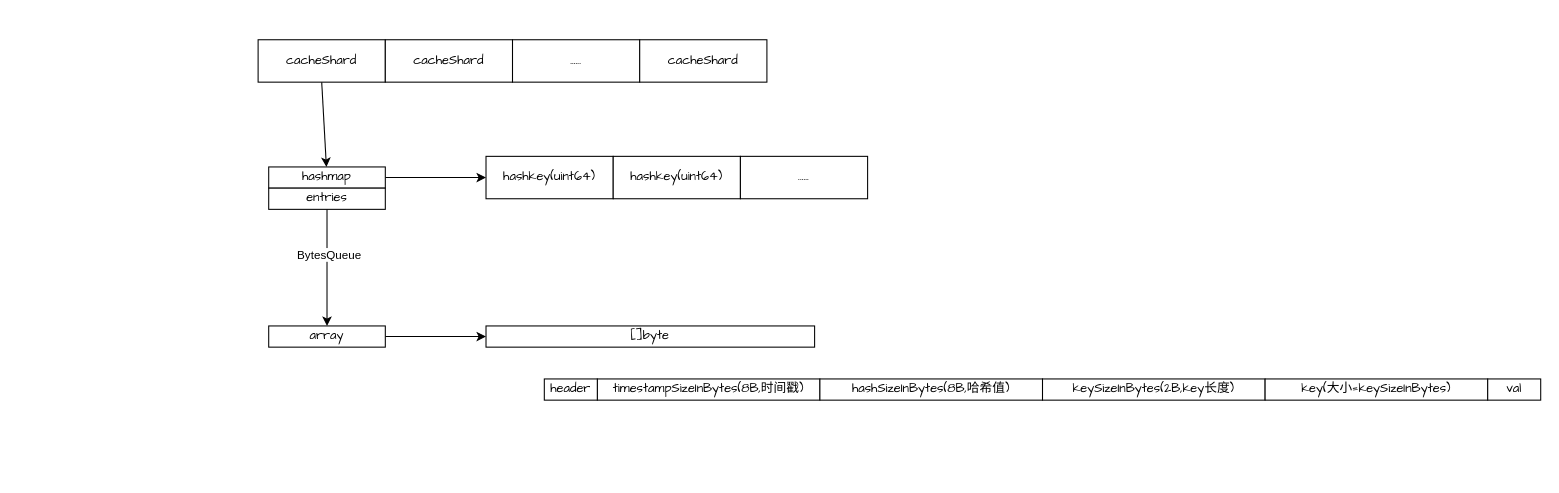
Earlier version of the draw.io diagram Untitled Diagram.drawio (chris-wangkk/drawers). Source tidied: cells renumbered, new cells numbered last; positions are measured from the earlier drawing's top-left corner, leaving out a move shared by most shapes. Both pictures are drawn from the tidied source at 106%, with x=0, y=0 at pixel (258, 39).
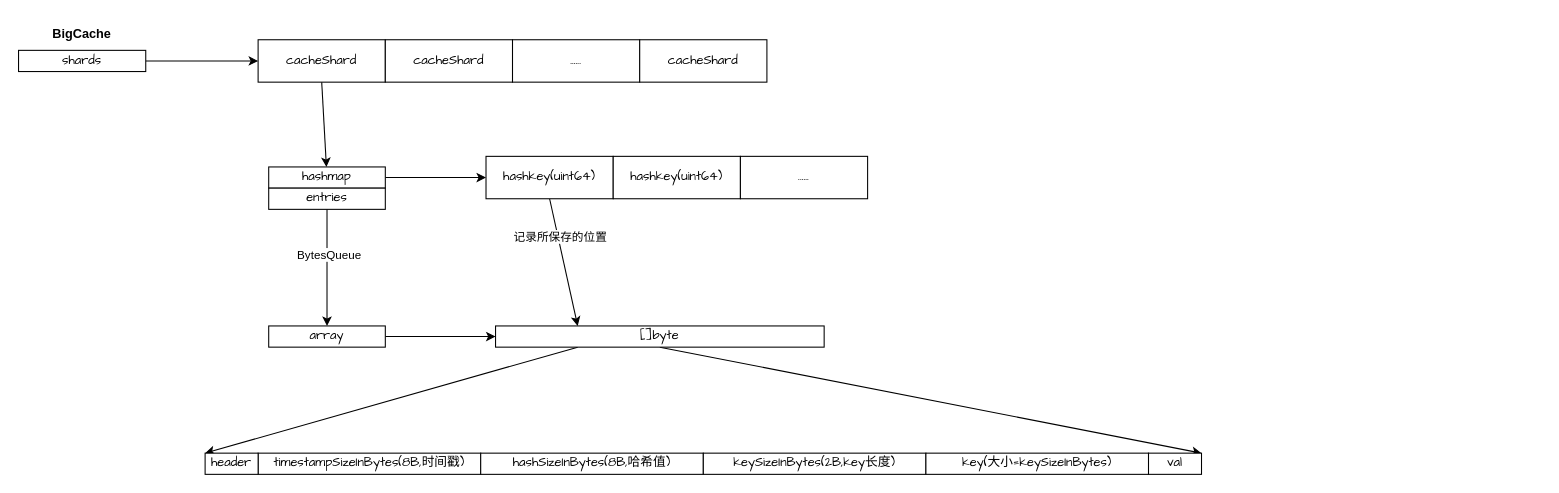
The same page after the edit.

Unchanged cells that the change refers to:
```xml
<mxCell id="3" value="cacheShard" style="rounded=0;whiteSpace=wrap;html=1;fontFamily=Comic Sans MS;" parent="1" vertex="1">
  <mxGeometry width="120" height="40" as="geometry" />
</mxCell>
<mxCell id="7" value="hashkey(uint64)" style="rounded=0;whiteSpace=wrap;html=1;fontFamily=Comic Sans MS;" parent="1" vertex="1">
  <mxGeometry x="215" y="110" width="120" height="40" as="geometry" />
</mxCell>
```

Diff of the diagram source:
```diff
@@
+    <mxCell id="24" style="rounded=0;jettySize=auto;html=1;exitX=0.5;exitY=1;exitDx=0;exitDy=0;entryX=0.25;entryY=0;entryDx=0;entryDy=0;" parent="1" edge="1" source="7" target="17">
+      <mxGeometry relative="1" as="geometry" />
+    </mxCell>
+    <mxCell id="25" value="记录所保存的位置" style="edgeLabel;html=1;align=center;verticalAlign=middle;" parent="24" vertex="1">
+      <mxGeometry x="-0.39" y="2" relative="1" as="geometry" />
+    </mxCell>
@@
+    <mxCell id="26" style="rounded=0;jettySize=auto;html=1;exitX=0.25;exitY=1;exitDx=0;exitDy=0;entryX=0;entryY=0;entryDx=0;entryDy=0;" parent="1" edge="1" source="17" target="23">
+      <mxGeometry relative="1" as="geometry" />
+    </mxCell>
+    <mxCell id="27" style="rounded=0;jettySize=auto;html=1;entryX=1;entryY=0;entryDx=0;entryDy=0;exitX=0.5;exitY=1;exitDx=0;exitDy=0;" parent="1" edge="1" source="17" target="22">
+      <mxGeometry relative="1" as="geometry" />
+    </mxCell>
     <mxCell id="17" value="[]byte" style="rounded=0;whiteSpace=wrap;html=1;fontFamily=Comic Sans MS;" parent="1" vertex="1">
-      <mxGeometry x="215" y="270" width="310" height="20" as="geometry" />
+      <mxGeometry x="224" y="270" width="310" height="20" as="geometry" />
     </mxCell>
     <mxCell id="18" value="timestampSizeInBytes(8B,时间戳)" style="rounded=0;whiteSpace=wrap;html=1;fontFamily=Comic Sans MS;" parent="1" vertex="1">
-      <mxGeometry x="320" y="320" width="210" height="20" as="geometry" />
+      <mxGeometry y="390" width="210" height="20" as="geometry" />
     </mxCell>
     <mxCell id="19" value="hashSizeInBytes(8B,哈希值)" style="rounded=0;whiteSpace=wrap;html=1;fontFamily=Comic Sans MS;" parent="1" vertex="1">
-      <mxGeometry x="530" y="320" width="210" height="20" as="geometry" />
+      <mxGeometry x="210" y="390" width="210" height="20" as="geometry" />
     </mxCell>
     <mxCell id="20" value="keySizeInBytes(2B,key长度)" style="rounded=0;whiteSpace=wrap;html=1;fontFamily=Comic Sans MS;" parent="1" vertex="1">
-      <mxGeometry x="740" y="320" width="210" height="20" as="geometry" />
+      <mxGeometry x="420" y="390" width="210" height="20" as="geometry" />
     </mxCell>
     <mxCell id="21" value="key(大小=keySizeInBytes)" style="rounded=0;whiteSpace=wrap;html=1;fontFamily=Comic Sans MS;" parent="1" vertex="1">
-      <mxGeometry x="950" y="320" width="210" height="20" as="geometry" />
+      <mxGeometry x="630" y="390" width="210" height="20" as="geometry" />
     </mxCell>
     <mxCell id="22" value="val" style="rounded=0;whiteSpace=wrap;html=1;fontFamily=Comic Sans MS;" parent="1" vertex="1">
-      <mxGeometry x="1160" y="320" width="50" height="20" as="geometry" />
+      <mxGeometry x="840" y="390" width="50" height="20" as="geometry" />
     </mxCell>
     <mxCell id="23" value="header" style="rounded=0;whiteSpace=wrap;html=1;fontFamily=Comic Sans MS;" parent="1" vertex="1">
-      <mxGeometry x="270" y="320" width="50" height="20" as="geometry" />
+      <mxGeometry x="-50" y="390" width="50" height="20" as="geometry" />
     </mxCell>
+    <mxCell id="28" style="edgeStyle=orthogonalEdgeStyle;rounded=0;jettySize=auto;html=1;exitX=1;exitY=0.5;exitDx=0;exitDy=0;entryX=0;entryY=0.5;entryDx=0;entryDy=0;" parent="1" edge="1" source="29" target="3">
+      <mxGeometry relative="1" as="geometry" />
+    </mxCell>
+    <mxCell id="29" value="shards" style="rounded=0;whiteSpace=wrap;html=1;fontFamily=Comic Sans MS;" parent="1" vertex="1">
+      <mxGeometry x="-226" y="10" width="120" height="20" as="geometry" />
+    </mxCell>
+    <mxCell id="30" value="BigCache" style="text;html=1;strokeColor=none;fillColor=none;align=center;verticalAlign=middle;whiteSpace=wrap;rounded=0;fontStyle=1;" parent="1" vertex="1">
+      <mxGeometry x="-196" y="-20" width="60" height="30" as="geometry" />
+    </mxCell>
```
